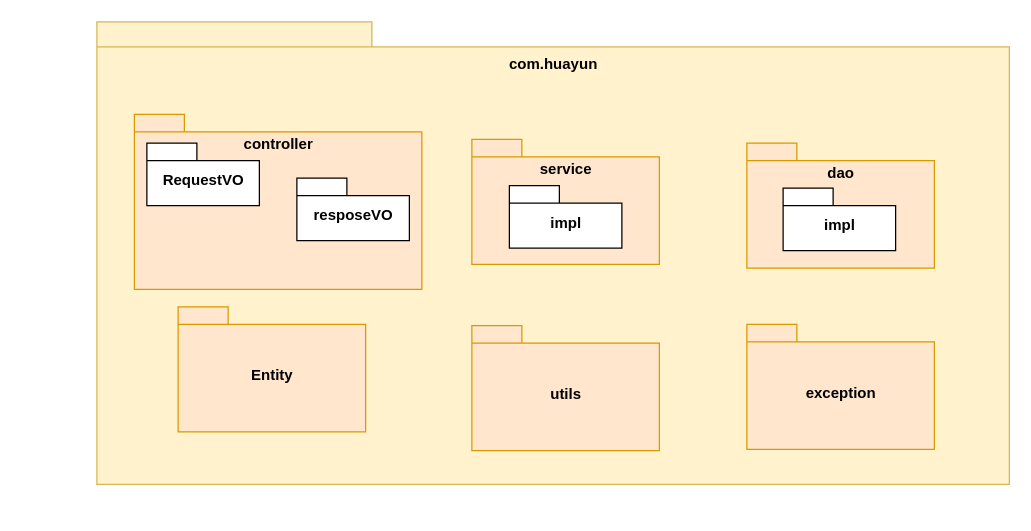
Above: Untitled Diagram.drawio in KNAI-I/test (draw.io), before the change. Source tidied: cells renumbered, new cells numbered last; positions are measured from the earlier drawing's top-left corner, leaving out a move shared by most shapes. Both pictures are drawn from the tidied source at 125%, with x=0, y=0 at pixel (96, 21).
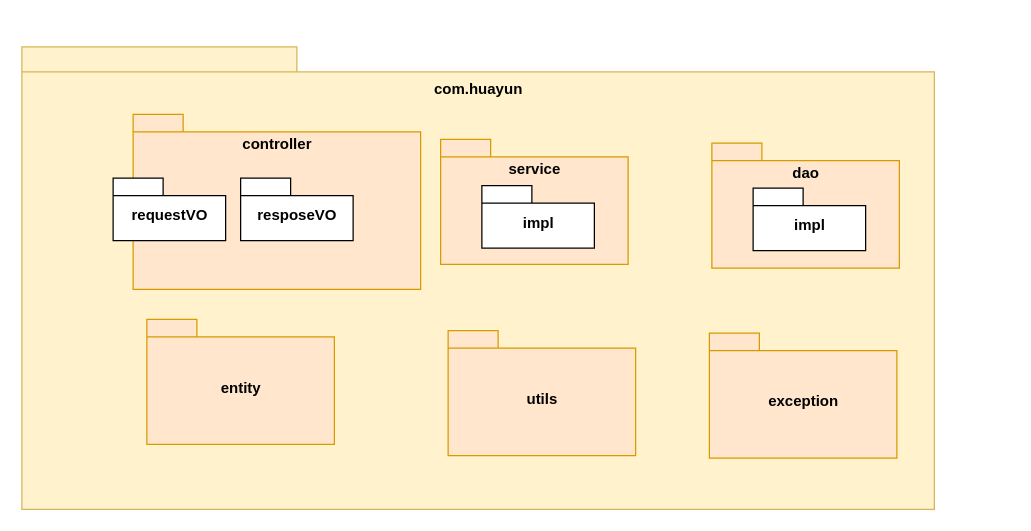
The same page after the edit.

What changed in the source:
```diff
@@
 <mxGraphModel>
   <root>
     <mxCell id="0" />
     <mxCell id="1" parent="0" />
     <mxCell id="2" value="com.huayun" style="shape=folder;fontStyle=1;spacingTop=20;tabWidth=220;tabHeight=20;tabPosition=left;html=1;labelPosition=center;verticalLabelPosition=middle;align=center;verticalAlign=top;textDirection=rtl;fillColor=#fff2cc;strokeColor=#d6b656;" parent="1" vertex="1">
-      <mxGeometry width="730" height="370" as="geometry" />
+      <mxGeometry x="-60" y="20" width="730" height="370" as="geometry" />
     </mxCell>
     <mxCell id="3" value="controller" style="shape=folder;fontStyle=1;spacingTop=10;tabWidth=40;tabHeight=14;tabPosition=left;html=1;verticalAlign=top;fillColor=#ffe6cc;strokeColor=#d79b00;" parent="1" vertex="1">
-      <mxGeometry x="30" y="74" width="230" height="140" as="geometry" />
+      <mxGeometry x="29" y="74" width="230" height="140" as="geometry" />
     </mxCell>
-    <mxCell id="4" value="RequestVO" style="shape=folder;fontStyle=1;spacingTop=10;tabWidth=40;tabHeight=14;tabPosition=left;html=1;verticalAlign=middle;" parent="1" vertex="1">
-      <mxGeometry x="40" y="97" width="90" height="50" as="geometry" />
+    <mxCell id="4" value="requestVO" style="shape=folder;fontStyle=1;spacingTop=10;tabWidth=40;tabHeight=14;tabPosition=left;html=1;verticalAlign=middle;" parent="1" vertex="1">
+      <mxGeometry x="13" y="125" width="90" height="50" as="geometry" />
     </mxCell>
     <mxCell id="5" value="resposeVO" style="shape=folder;fontStyle=1;spacingTop=10;tabWidth=40;tabHeight=14;tabPosition=left;html=1;verticalAlign=middle;" parent="1" vertex="1">
-      <mxGeometry x="160" y="125" width="90" height="50" as="geometry" />
+      <mxGeometry x="115" y="125" width="90" height="50" as="geometry" />
     </mxCell>
     <mxCell id="6" value="service" style="shape=folder;fontStyle=1;spacingTop=10;tabWidth=40;tabHeight=14;tabPosition=left;html=1;verticalAlign=top;fillColor=#ffe6cc;strokeColor=#d79b00;" parent="1" vertex="1">
-      <mxGeometry x="300" y="94" width="150" height="100" as="geometry" />
+      <mxGeometry x="275" y="94" width="150" height="100" as="geometry" />
     </mxCell>
     <mxCell id="7" value="impl" style="shape=folder;fontStyle=1;spacingTop=10;tabWidth=40;tabHeight=14;tabPosition=left;html=1;verticalAlign=middle;" parent="1" vertex="1">
-      <mxGeometry x="330" y="131" width="90" height="50" as="geometry" />
+      <mxGeometry x="308" y="131" width="90" height="50" as="geometry" />
     </mxCell>
     <mxCell id="8" value="dao" style="shape=folder;fontStyle=1;spacingTop=10;tabWidth=40;tabHeight=14;tabPosition=left;html=1;verticalAlign=top;fillColor=#ffe6cc;strokeColor=#d79b00;" parent="1" vertex="1">
-      <mxGeometry x="520" y="97" width="150" height="100" as="geometry" />
+      <mxGeometry x="492" y="97" width="150" height="100" as="geometry" />
     </mxCell>
     <mxCell id="9" value="impl" style="shape=folder;fontStyle=1;spacingTop=10;tabWidth=40;tabHeight=14;tabPosition=left;html=1;verticalAlign=middle;" parent="1" vertex="1">
-      <mxGeometry x="549" y="133" width="90" height="50" as="geometry" />
+      <mxGeometry x="525" y="133" width="90" height="50" as="geometry" />
     </mxCell>
-    <mxCell id="10" value="Entity" style="shape=folder;fontStyle=1;spacingTop=10;tabWidth=40;tabHeight=14;tabPosition=left;html=1;verticalAlign=middle;fillColor=#ffe6cc;strokeColor=#d79b00;" parent="1" vertex="1">
-      <mxGeometry x="65" y="228" width="150" height="100" as="geometry" />
+    <mxCell id="10" value="entity" style="shape=folder;fontStyle=1;spacingTop=10;tabWidth=40;tabHeight=14;tabPosition=left;html=1;verticalAlign=middle;fillColor=#ffe6cc;strokeColor=#d79b00;" parent="1" vertex="1">
+      <mxGeometry x="40" y="238" width="150" height="100" as="geometry" />
     </mxCell>
     <mxCell id="11" value="utils" style="shape=folder;fontStyle=1;spacingTop=10;tabWidth=40;tabHeight=14;tabPosition=left;html=1;verticalAlign=middle;fillColor=#ffe6cc;strokeColor=#d79b00;" parent="1" vertex="1">
-      <mxGeometry x="300" y="243" width="150" height="100" as="geometry" />
+      <mxGeometry x="281" y="247" width="150" height="100" as="geometry" />
     </mxCell>
     <mxCell id="12" value="exception" style="shape=folder;fontStyle=1;spacingTop=10;tabWidth=40;tabHeight=14;tabPosition=left;html=1;verticalAlign=middle;fillColor=#ffe6cc;strokeColor=#d79b00;" parent="1" vertex="1">
-      <mxGeometry x="520" y="242" width="150" height="100" as="geometry" />
+      <mxGeometry x="490" y="249" width="150" height="100" as="geometry" />
     </mxCell>
   </root>
 </mxGraphModel>
```
